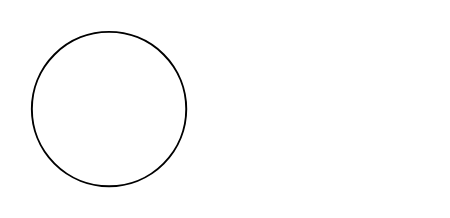
The draw.io diagram PiaDigital.drawio in IvanGitHub45/DiagramasIo, before the edit. Source tidied: cells renumbered, new cells numbered last; positions are measured from the earlier drawing's top-left corner, leaving out a move shared by most shapes. Both pictures are drawn from the tidied source at 193%, with x=0, y=0 at pixel (31, 31).
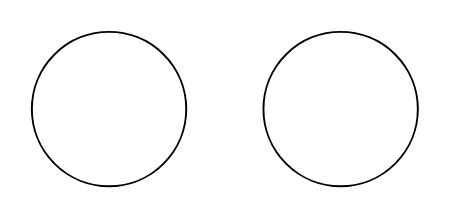
The same page after the edit.

The edit, as a diff of the source:
```diff
@@
 <mxGraphModel>
   <root>
     <mxCell id="0" />
     <mxCell id="1" parent="0" />
     <mxCell id="2" style="ellipse;whiteSpace=wrap;html=1;" parent="1" vertex="1">
       <mxGeometry width="80" height="80" as="geometry" />
     </mxCell>
+    <mxCell id="3" style="ellipse;whiteSpace=wrap;html=1;" parent="1" vertex="1">
+      <mxGeometry x="120" width="80" height="80" as="geometry" />
+    </mxCell>
   </root>
 </mxGraphModel>
```
